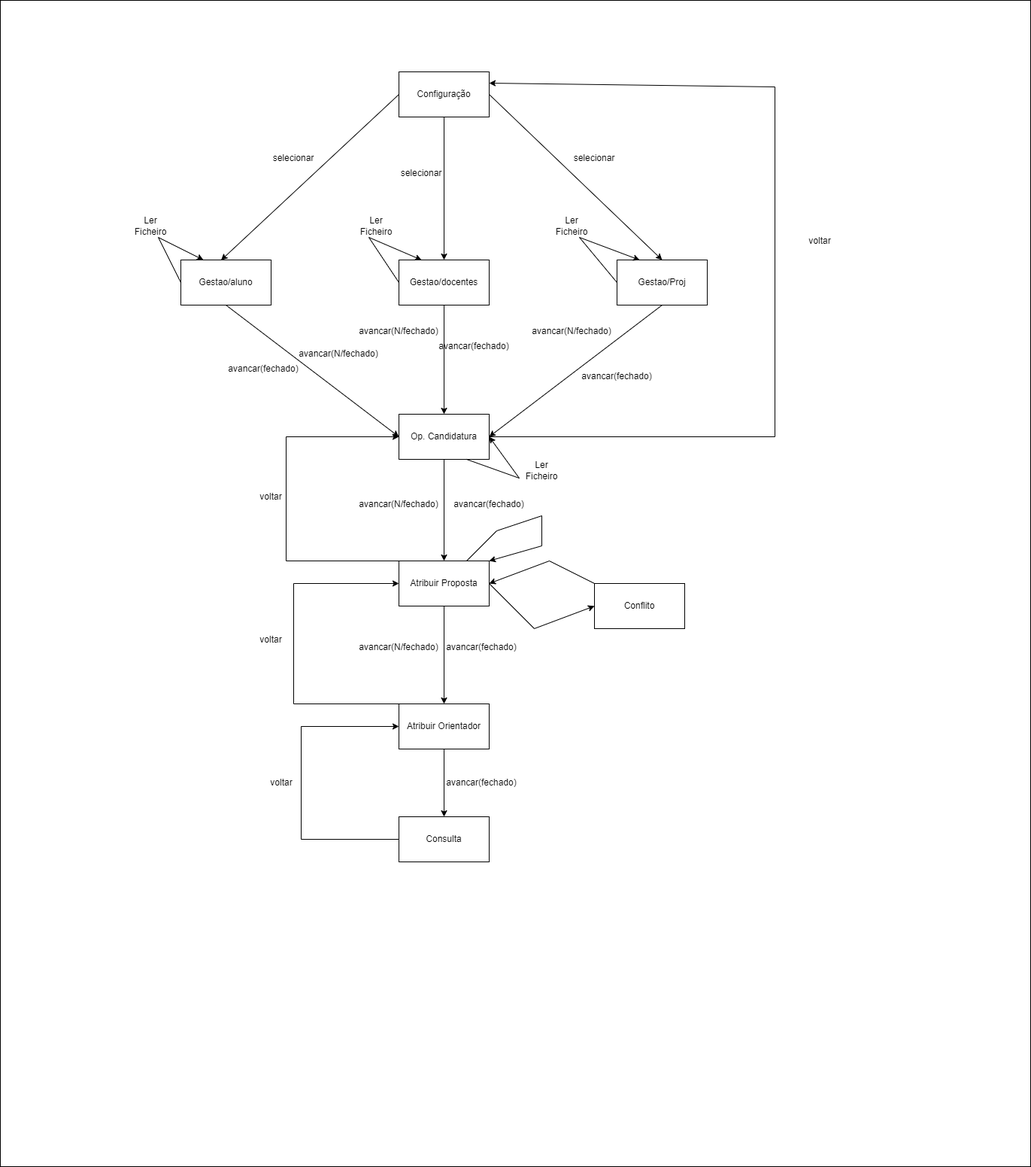
Above: Resources/FSM.drawio (1).png in AngeloGSilva/PA_TP_2022 (draw.io), before the change. Source tidied: cells renumbered, new cells last; positions are measured from the earlier drawing's top-left corner, leaving out a move shared by most shapes.
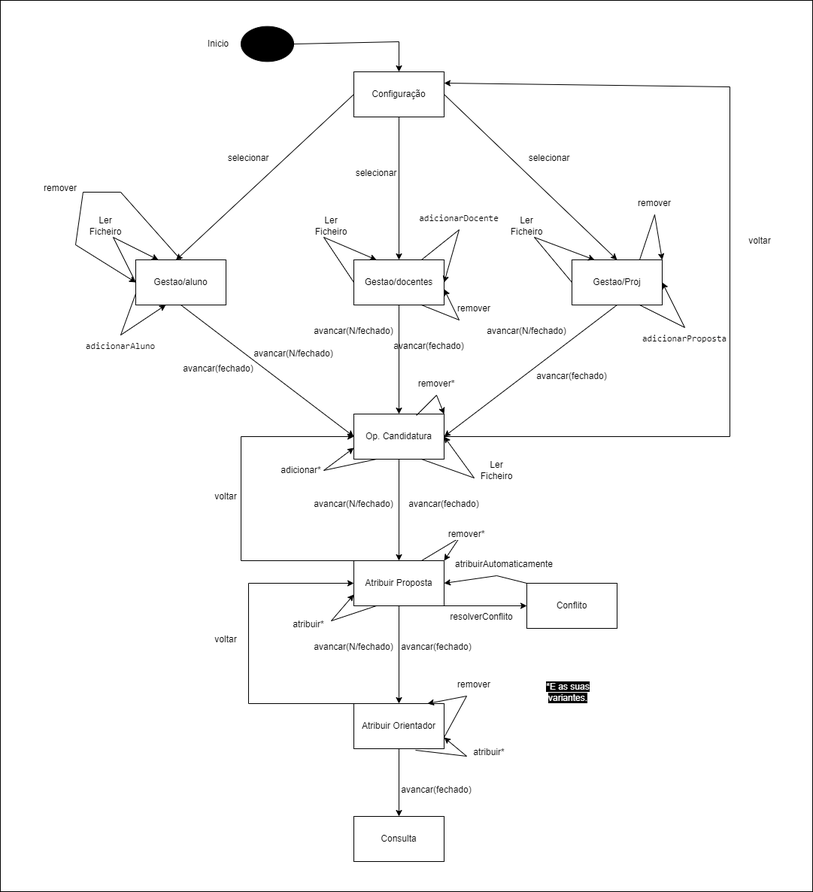
After the commit.

The edit, as a diff of the source:
```diff
@@ -3,7 +3,7 @@
     <mxCell id="0" />
     <mxCell id="1" parent="0" />
     <mxCell id="2" style="rounded=0;whiteSpace=wrap;html=1;" parent="1" vertex="1">
-      <mxGeometry width="1370" height="1550" as="geometry" />
+      <mxGeometry x="60" width="1080" height="1185" as="geometry" />
     </mxCell>
     <mxCell id="3" value="Configuração" style="rounded=0;whiteSpace=wrap;html=1;" parent="1" vertex="1">
       <mxGeometry x="530" y="95" width="120" height="60" as="geometry" />
@@ -81,7 +81,7 @@
       <mxGeometry x="610" y="845" width="60" height="30" as="geometry" />
     </mxCell>
     <mxCell id="28" value="avancar(fechado)" style="text;html=1;strokeColor=none;fillColor=none;align=center;verticalAlign=middle;whiteSpace=wrap;rounded=0;" parent="1" vertex="1">
-      <mxGeometry x="610" y="1025" width="60" height="30" as="geometry" />
+      <mxGeometry x="610" y="1035" width="60" height="30" as="geometry" />
     </mxCell>
     <mxCell id="29" value="avancar(N/fechado)" style="text;html=1;strokeColor=none;fillColor=none;align=center;verticalAlign=middle;whiteSpace=wrap;rounded=0;" parent="1" vertex="1">
       <mxGeometry x="420" y="455" width="60" height="30" as="geometry" />
@@ -98,14 +98,6 @@
     <mxCell id="33" value="avancar(N/fechado)" style="text;html=1;strokeColor=none;fillColor=none;align=center;verticalAlign=middle;whiteSpace=wrap;rounded=0;" parent="1" vertex="1">
       <mxGeometry x="500" y="845" width="60" height="30" as="geometry" />
     </mxCell>
-    <mxCell id="34" style="endArrow=classic;html=1;rounded=0;entryX=0;entryY=0.5;entryDx=0;entryDy=0;exitX=0;exitY=0.5;exitDx=0;exitDy=0;" parent="1" edge="1" source="10" target="8">
-      <mxGeometry relative="1" as="geometry">
-        <Array as="points">
-          <mxPoint x="400" y="1115" />
-          <mxPoint x="400" y="965" />
-        </Array>
-      </mxGeometry>
-    </mxCell>
     <mxCell id="35" style="endArrow=classic;html=1;rounded=0;entryX=0;entryY=0.5;entryDx=0;entryDy=0;exitX=0;exitY=0;exitDx=0;exitDy=0;" parent="1" edge="1" source="8" target="6">
       <mxGeometry relative="1" as="geometry">
         <Array as="points">
@@ -128,9 +120,6 @@
     <mxCell id="38" value="voltar" style="text;html=1;strokeColor=none;fillColor=none;align=center;verticalAlign=middle;whiteSpace=wrap;rounded=0;" parent="1" vertex="1">
       <mxGeometry x="330" y="835" width="60" height="30" as="geometry" />
     </mxCell>
-    <mxCell id="39" value="voltar" style="text;html=1;strokeColor=none;fillColor=none;align=center;verticalAlign=middle;whiteSpace=wrap;rounded=0;" parent="1" vertex="1">
-      <mxGeometry x="344" y="1025" width="60" height="30" as="geometry" />
-    </mxCell>
     <mxCell id="40" style="endArrow=classic;html=1;rounded=0;exitX=1;exitY=0.5;exitDx=0;exitDy=0;entryX=1;entryY=0.25;entryDx=0;entryDy=0;" parent="1" edge="1" source="5" target="3">
       <mxGeometry relative="1" as="geometry">
         <Array as="points">
@@ -140,7 +129,7 @@
       </mxGeometry>
     </mxCell>
     <mxCell id="41" value="voltar" style="text;html=1;strokeColor=none;fillColor=none;align=center;verticalAlign=middle;whiteSpace=wrap;rounded=0;" parent="1" vertex="1">
-      <mxGeometry x="1060" y="305" width="60" height="30" as="geometry" />
+      <mxGeometry x="1040" y="305" width="60" height="30" as="geometry" />
     </mxCell>
     <mxCell id="42" style="endArrow=classic;html=1;rounded=0;exitX=0;exitY=0.5;exitDx=0;exitDy=0;entryX=0.25;entryY=0;entryDx=0;entryDy=0;" parent="1" edge="1" source="4" target="4">
       <mxGeometry relative="1" as="geometry">
@@ -183,30 +172,161 @@
       <mxGeometry x="690" y="610" width="60" height="30" as="geometry" />
     </mxCell>
     <mxCell id="50" value="Conflito" style="rounded=0;whiteSpace=wrap;html=1;" parent="1" vertex="1">
-      <mxGeometry x="790" y="775" width="120" height="60" as="geometry" />
+      <mxGeometry x="760" y="775" width="120" height="60" as="geometry" />
     </mxCell>
-    <mxCell id="51" style="endArrow=classic;html=1;rounded=0;exitX=1;exitY=0.5;exitDx=0;exitDy=0;entryX=0;entryY=0.5;entryDx=0;entryDy=0;" parent="1" edge="1" source="6" target="50">
-      <mxGeometry relative="1" as="geometry">
-        <Array as="points">
-          <mxPoint x="710" y="835" />
-        </Array>
-      </mxGeometry>
+    <mxCell id="51" style="endArrow=classic;html=1;rounded=0;exitX=1;exitY=1;exitDx=0;exitDy=0;entryX=0;entryY=0.5;entryDx=0;entryDy=0;" parent="1" edge="1" source="6" target="50">
+      <mxGeometry relative="1" as="geometry" />
     </mxCell>
     <mxCell id="52" style="endArrow=classic;html=1;rounded=0;exitX=0;exitY=0;exitDx=0;exitDy=0;entryX=1;entryY=0.5;entryDx=0;entryDy=0;" parent="1" edge="1" source="50" target="6">
       <mxGeometry relative="1" as="geometry">
         <Array as="points">
-          <mxPoint x="730" y="745" />
+          <mxPoint x="720" y="765" />
         </Array>
       </mxGeometry>
     </mxCell>
     <mxCell id="53" style="endArrow=classic;html=1;rounded=0;exitX=0.75;exitY=0;exitDx=0;exitDy=0;entryX=1;entryY=0;entryDx=0;entryDy=0;" parent="1" edge="1" source="6" target="6">
       <mxGeometry relative="1" as="geometry">
         <Array as="points">
-          <mxPoint x="660" y="705" />
-          <mxPoint x="720" y="685" />
-          <mxPoint x="720" y="725" />
+          <mxPoint x="670" y="715" />
         </Array>
       </mxGeometry>
     </mxCell>
+    <mxCell id="54" style="ellipse;whiteSpace=wrap;html=1;fillColor=#000000;" parent="1" vertex="1">
+      <mxGeometry x="380" y="34.7" width="70" height="46.7" as="geometry" />
+    </mxCell>
+    <mxCell id="55" style="endArrow=classic;html=1;rounded=0;exitX=1;exitY=0.5;exitDx=0;exitDy=0;entryX=0.5;entryY=0;entryDx=0;entryDy=0;" parent="1" edge="1" source="54" target="3">
+      <mxGeometry relative="1" as="geometry">
+        <Array as="points">
+          <mxPoint x="590" y="55" />
+        </Array>
+      </mxGeometry>
+    </mxCell>
+    <mxCell id="56" value="Inicio" style="text;html=1;strokeColor=none;fillColor=none;align=center;verticalAlign=middle;whiteSpace=wrap;rounded=0;" parent="1" vertex="1">
+      <mxGeometry x="320" y="43" width="60" height="30" as="geometry" />
+    </mxCell>
+    <mxCell id="57" style="endArrow=classic;html=1;rounded=0;entryX=0.333;entryY=1;entryDx=0;entryDy=0;entryPerimeter=0;exitX=0;exitY=0.75;exitDx=0;exitDy=0;" parent="1" edge="1" source="4" target="4">
+      <mxGeometry relative="1" as="geometry">
+        <Array as="points">
+          <mxPoint x="220" y="445" />
+        </Array>
+      </mxGeometry>
+    </mxCell>
+    <mxCell id="58" value="&lt;pre style=&quot;font-family: &amp;quot;JetBrains Mono&amp;quot;, monospace;&quot;&gt;&lt;span style=&quot;background-color: rgb(255, 255, 255);&quot;&gt;adicionarAluno&lt;/span&gt;&lt;/pre&gt;" style="text;html=1;strokeColor=none;fillColor=none;align=center;verticalAlign=middle;whiteSpace=wrap;rounded=0;" parent="1" vertex="1">
+      <mxGeometry x="190" y="445" width="60" height="30" as="geometry" />
+    </mxCell>
+    <mxCell id="59" style="endArrow=classic;html=1;rounded=0;fontColor=#000000;entryX=0;entryY=0.5;entryDx=0;entryDy=0;exitX=0.5;exitY=0;exitDx=0;exitDy=0;" parent="1" edge="1" source="4" target="4">
+      <mxGeometry relative="1" as="geometry">
+        <Array as="points">
+          <mxPoint x="220" y="255" />
+          <mxPoint x="170" y="255" />
+          <mxPoint x="160" y="325" />
+        </Array>
+      </mxGeometry>
+    </mxCell>
+    <mxCell id="60" value="remover" style="text;html=1;strokeColor=none;fillColor=none;align=center;verticalAlign=middle;whiteSpace=wrap;rounded=0;labelBackgroundColor=#FFFFFF;fontColor=#000000;" parent="1" vertex="1">
+      <mxGeometry x="110" y="235" width="60" height="30" as="geometry" />
+    </mxCell>
+    <mxCell id="61" style="endArrow=classic;html=1;rounded=0;fontColor=#000000;entryX=1;entryY=0.5;entryDx=0;entryDy=0;exitX=0.75;exitY=0;exitDx=0;exitDy=0;" parent="1" edge="1" source="9" target="9">
+      <mxGeometry relative="1" as="geometry">
+        <Array as="points">
+          <mxPoint x="670" y="305" />
+        </Array>
+      </mxGeometry>
+    </mxCell>
+    <mxCell id="62" value="&lt;pre style=&quot;font-family: &amp;quot;JetBrains Mono&amp;quot;, monospace;&quot;&gt;&lt;span style=&quot;background-color: rgb(255, 255, 255);&quot;&gt;adicionarDocente&lt;/span&gt;&lt;/pre&gt;" style="text;html=1;strokeColor=none;fillColor=none;align=center;verticalAlign=middle;whiteSpace=wrap;rounded=0;" parent="1" vertex="1">
+      <mxGeometry x="640" y="275" width="60" height="30" as="geometry" />
+    </mxCell>
+    <mxCell id="63" style="endArrow=classic;html=1;rounded=0;fontColor=#000000;entryX=1;entryY=0.65;entryDx=0;entryDy=0;entryPerimeter=0;exitX=0.75;exitY=1;exitDx=0;exitDy=0;" parent="1" edge="1" source="9" target="9">
+      <mxGeometry relative="1" as="geometry">
+        <Array as="points">
+          <mxPoint x="670" y="425" />
+        </Array>
+      </mxGeometry>
+    </mxCell>
+    <mxCell id="64" value="remover" style="text;html=1;strokeColor=none;fillColor=none;align=center;verticalAlign=middle;whiteSpace=wrap;rounded=0;labelBackgroundColor=#FFFFFF;fontColor=#000000;" parent="1" vertex="1">
+      <mxGeometry x="660" y="395" width="60" height="30" as="geometry" />
+    </mxCell>
+    <mxCell id="65" style="endArrow=classic;html=1;rounded=0;fontColor=#000000;entryX=1;entryY=0.5;entryDx=0;entryDy=0;exitX=0.75;exitY=1;exitDx=0;exitDy=0;" parent="1" edge="1" source="7" target="7">
+      <mxGeometry relative="1" as="geometry">
+        <Array as="points">
+          <mxPoint x="970" y="435" />
+        </Array>
+      </mxGeometry>
+    </mxCell>
+    <mxCell id="66" value="&lt;pre style=&quot;font-family: &amp;quot;JetBrains Mono&amp;quot;, monospace;&quot;&gt;&lt;span style=&quot;background-color: rgb(255, 255, 255);&quot;&gt;adicionarProposta&lt;/span&gt;&lt;/pre&gt;" style="text;html=1;strokeColor=none;fillColor=none;align=center;verticalAlign=middle;whiteSpace=wrap;rounded=0;" parent="1" vertex="1">
+      <mxGeometry x="940" y="435" width="60" height="30" as="geometry" />
+    </mxCell>
+    <mxCell id="67" style="endArrow=classic;html=1;rounded=0;fontColor=#000000;exitX=0.75;exitY=0;exitDx=0;exitDy=0;entryX=1;entryY=0;entryDx=0;entryDy=0;" parent="1" edge="1" source="7" target="7">
+      <mxGeometry relative="1" as="geometry">
+        <Array as="points">
+          <mxPoint x="930" y="285" />
+        </Array>
+      </mxGeometry>
+    </mxCell>
+    <mxCell id="68" value="remover" style="text;html=1;strokeColor=none;fillColor=none;align=center;verticalAlign=middle;whiteSpace=wrap;rounded=0;labelBackgroundColor=#FFFFFF;fontColor=#000000;" parent="1" vertex="1">
+      <mxGeometry x="900" y="255" width="60" height="30" as="geometry" />
+    </mxCell>
+    <mxCell id="69" style="endArrow=classic;html=1;rounded=0;fontColor=#000000;entryX=0;entryY=0.75;entryDx=0;entryDy=0;exitX=0.25;exitY=1;exitDx=0;exitDy=0;" parent="1" edge="1" source="5" target="5">
+      <mxGeometry relative="1" as="geometry">
+        <Array as="points">
+          <mxPoint x="490" y="625" />
+        </Array>
+      </mxGeometry>
+    </mxCell>
+    <mxCell id="70" value="adicionar*" style="text;html=1;strokeColor=none;fillColor=none;align=center;verticalAlign=middle;whiteSpace=wrap;rounded=0;labelBackgroundColor=#FFFFFF;fontColor=#000000;" parent="1" vertex="1">
+      <mxGeometry x="430" y="610" width="60" height="30" as="geometry" />
+    </mxCell>
+    <mxCell id="71" style="endArrow=classic;html=1;rounded=0;fontColor=#000000;entryX=1;entryY=0;entryDx=0;entryDy=0;exitX=0.692;exitY=0.033;exitDx=0;exitDy=0;exitPerimeter=0;" parent="1" edge="1" source="5" target="5">
+      <mxGeometry relative="1" as="geometry">
+        <Array as="points">
+          <mxPoint x="640" y="525" />
+        </Array>
+      </mxGeometry>
+    </mxCell>
+    <mxCell id="72" value="remover*" style="text;html=1;strokeColor=none;fillColor=none;align=center;verticalAlign=middle;whiteSpace=wrap;rounded=0;labelBackgroundColor=#FFFFFF;fontColor=#000000;" parent="1" vertex="1">
+      <mxGeometry x="610" y="495" width="60" height="30" as="geometry" />
+    </mxCell>
+    <mxCell id="73" style="endArrow=classic;html=1;rounded=0;fontColor=#000000;entryX=0;entryY=0.75;entryDx=0;entryDy=0;exitX=0.25;exitY=1;exitDx=0;exitDy=0;" parent="1" edge="1" source="6" target="6">
+      <mxGeometry relative="1" as="geometry">
+        <Array as="points">
+          <mxPoint x="500" y="825" />
+        </Array>
+      </mxGeometry>
+    </mxCell>
+    <mxCell id="74" value="atribuir*" style="text;html=1;strokeColor=none;fillColor=none;align=center;verticalAlign=middle;whiteSpace=wrap;rounded=0;labelBackgroundColor=#FFFFFF;fontColor=#000000;" parent="1" vertex="1">
+      <mxGeometry x="440" y="815" width="60" height="30" as="geometry" />
+    </mxCell>
+    <mxCell id="75" value="remover*" style="text;html=1;strokeColor=none;fillColor=none;align=center;verticalAlign=middle;whiteSpace=wrap;rounded=0;labelBackgroundColor=#FFFFFF;fontColor=#000000;" parent="1" vertex="1">
+      <mxGeometry x="650" y="695" width="60" height="30" as="geometry" />
+    </mxCell>
+    <mxCell id="76" value="atribuirAutomaticamente" style="text;html=1;strokeColor=none;fillColor=none;align=center;verticalAlign=middle;whiteSpace=wrap;rounded=0;labelBackgroundColor=#FFFFFF;fontColor=#000000;" parent="1" vertex="1">
+      <mxGeometry x="700" y="735" width="60" height="30" as="geometry" />
+    </mxCell>
+    <mxCell id="77" value="resolverConflito" style="text;html=1;strokeColor=none;fillColor=none;align=center;verticalAlign=middle;whiteSpace=wrap;rounded=0;labelBackgroundColor=#FFFFFF;fontColor=#000000;" parent="1" vertex="1">
+      <mxGeometry x="670" y="805" width="60" height="30" as="geometry" />
+    </mxCell>
+    <mxCell id="78" style="endArrow=classic;html=1;rounded=0;fontColor=#000000;entryX=0.817;entryY=0;entryDx=0;entryDy=0;entryPerimeter=0;exitX=1;exitY=0.75;exitDx=0;exitDy=0;" parent="1" edge="1" source="8" target="8">
+      <mxGeometry relative="1" as="geometry">
+        <Array as="points">
+          <mxPoint x="680" y="925" />
+        </Array>
+      </mxGeometry>
+    </mxCell>
+    <mxCell id="79" value="remover" style="text;html=1;strokeColor=none;fillColor=none;align=center;verticalAlign=middle;whiteSpace=wrap;rounded=0;labelBackgroundColor=#FFFFFF;fontColor=#000000;" parent="1" vertex="1">
+      <mxGeometry x="660" y="895" width="60" height="30" as="geometry" />
+    </mxCell>
+    <mxCell id="80" style="endArrow=classic;html=1;rounded=0;fontColor=#000000;entryX=1;entryY=0.75;entryDx=0;entryDy=0;exitX=0.683;exitY=1.033;exitDx=0;exitDy=0;exitPerimeter=0;" parent="1" edge="1" source="8" target="8">
+      <mxGeometry relative="1" as="geometry">
+        <Array as="points">
+          <mxPoint x="680" y="1005" />
+        </Array>
+      </mxGeometry>
+    </mxCell>
+    <mxCell id="81" value="atribuir*" style="text;html=1;strokeColor=none;fillColor=none;align=center;verticalAlign=middle;whiteSpace=wrap;rounded=0;labelBackgroundColor=#FFFFFF;fontColor=#000000;" parent="1" vertex="1">
+      <mxGeometry x="680" y="985" width="60" height="30" as="geometry" />
+    </mxCell>
+    <mxCell id="82" value="&lt;font style=&quot;background-color: rgb(0, 0, 0);&quot; color=&quot;#ffffff&quot;&gt;*E as suas variantes.&lt;/font&gt;" style="text;html=1;strokeColor=none;fillColor=none;align=center;verticalAlign=middle;whiteSpace=wrap;rounded=0;labelBackgroundColor=#FFFFFF;fontColor=#000000;" parent="1" vertex="1">
+      <mxGeometry x="770" y="905" width="90" height="30" as="geometry" />
+    </mxCell>
   </root>
 </mxGraphModel>
```
